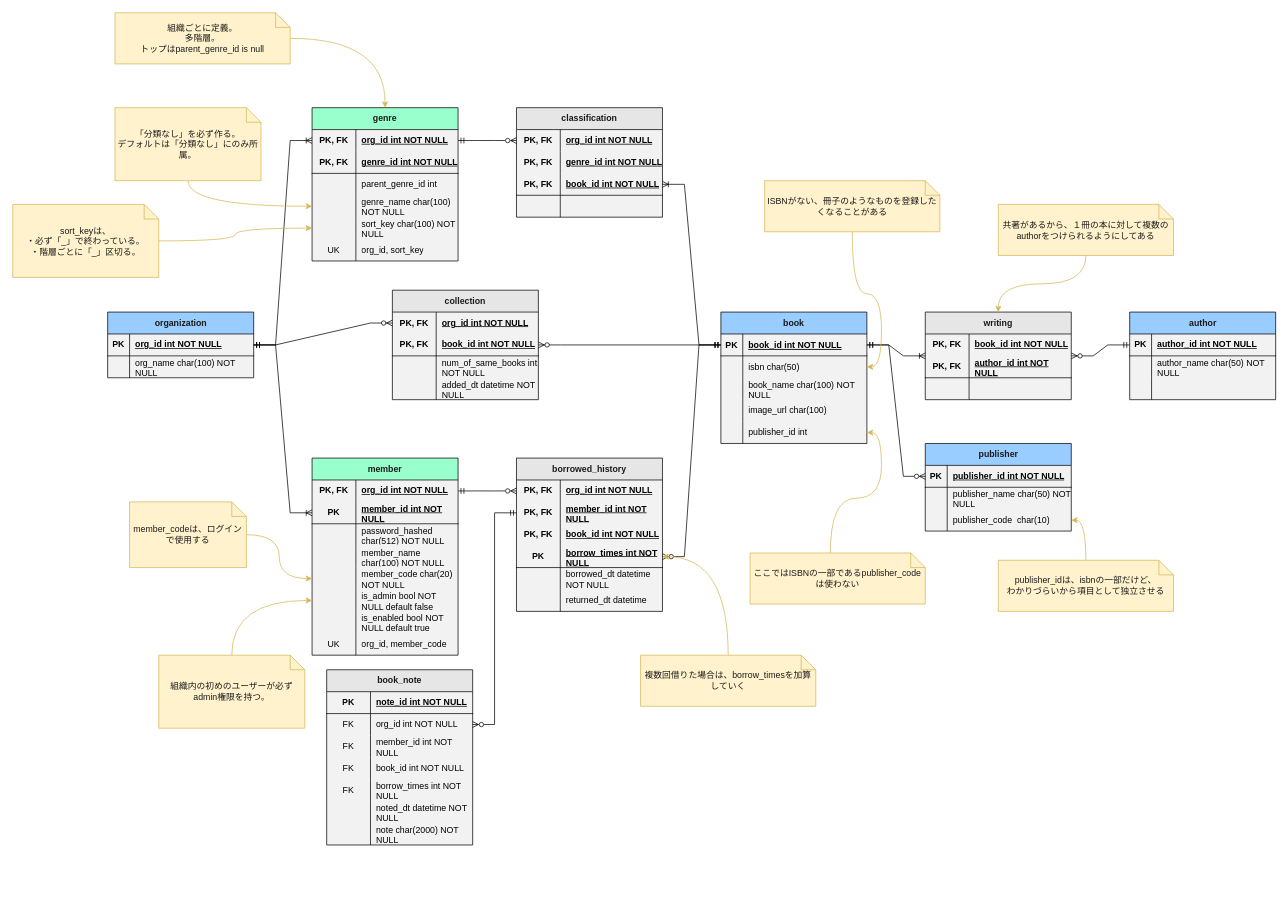
yo16/bookshelf_2023 keeps this draw.io diagram as doc/er_diagram.drawio. Above is the earlier version. Source tidied: cells renumbered, new cells numbered last; positions are measured from the earlier drawing's top-left corner, leaving out a move shared by most shapes. Both pictures are drawn from the tidied source at 73%, with x=0, y=0 at pixel (12, 12).
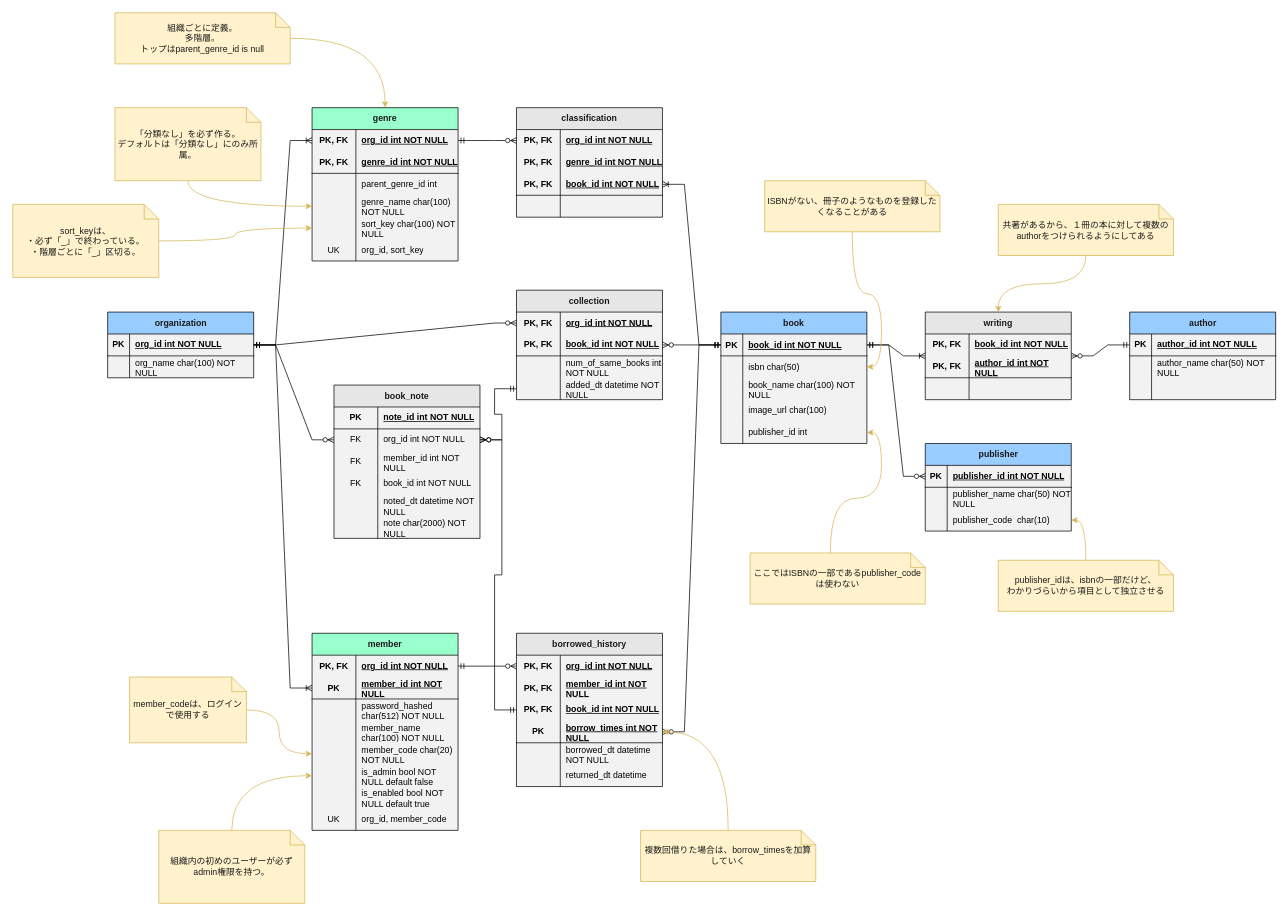
The same diagram, later.

Unchanged cells that the change refers to:
```xml
<mxCell id="52" style="shape=tableRow;horizontal=0;startSize=0;swimlaneHead=0;swimlaneBody=0;fillColor=none;points=[[0,0.5],[1,0.5]];portConstraint=eastwest;top=0;left=0;right=0;bottom=1;" parent="51" vertex="1">
  <mxGeometry y="30" width="200" height="30" as="geometry" />
</mxCell>
<mxCell id="68" style="shape=tableRow;horizontal=0;startSize=0;swimlaneHead=0;swimlaneBody=0;fillColor=none;points=[[0,0.5],[1,0.5]];portConstraint=eastwest;top=0;left=0;right=0;bottom=0;html=1;" parent="58" vertex="1">
  <mxGeometry y="120" width="200" height="30" as="geometry" />
</mxCell>
<mxCell id="78" style="shape=tableRow;horizontal=0;startSize=0;swimlaneHead=0;swimlaneBody=0;fillColor=none;points=[[0,0.5],[1,0.5]];portConstraint=eastwest;top=0;left=0;right=0;bottom=0;html=1;" parent="74" vertex="1">
  <mxGeometry y="60" width="200" height="30" as="geometry" />
</mxCell>
<mxCell id="179" style="shape=tableRow;horizontal=0;startSize=0;swimlaneHead=0;swimlaneBody=0;fillColor=none;points=[[0,0.5],[1,0.5]];portConstraint=eastwest;top=0;left=0;right=0;bottom=0;html=1;" parent="175" vertex="1">
  <mxGeometry y="60" width="200" height="30" as="geometry" />
</mxCell>
```

What changed in the source:
```diff
@@
     <mxCell id="58" value="collection" style="shape=table;startSize=30;childLayout=tableLayout;rowLines=0;fontStyle=1;align=center;html=1;whiteSpace=wrap;labelBackgroundColor=none;swimlaneFillColor=#F2F2F2;fillColor=#E6E6E6;fontColor=#1A1A1A;" parent="1" vertex="1">
-      <mxGeometry x="520" y="380" width="200" height="150" as="geometry" />
+      <mxGeometry x="690" y="380" width="200" height="150" as="geometry" />
     </mxCell>
@@
     <mxCell id="74" value="borrowed_history" style="shape=table;startSize=30;childLayout=tableLayout;rowLines=0;fontStyle=1;align=center;html=1;whiteSpace=wrap;labelBackgroundColor=none;swimlaneFillColor=#F2F2F2;fillColor=#E6E6E6;fontColor=#1A1A1A;" parent="1" vertex="1">
-      <mxGeometry x="690" y="610" width="200" height="210" as="geometry" />
+      <mxGeometry x="690" y="850" width="200" height="210" as="geometry" />
     </mxCell>
@@
     <mxCell id="132" value="複数回借りた場合は、borrow_timesを加算していく" style="shape=note;size=20;whiteSpace=wrap;html=1;fillColor=#fff2cc;strokeColor=#d6b656;fontColor=#1A1A1A;" parent="1" vertex="1">
-      <mxGeometry x="860" y="880" width="240" height="70" as="geometry" />
+      <mxGeometry x="860" y="1120" width="240" height="70" as="geometry" />
     </mxCell>
@@
     <mxCell id="142" value="member" style="shape=table;startSize=30;childLayout=tableLayout;rowLines=0;fontStyle=1;align=center;html=1;whiteSpace=wrap;fillColor=#99FFCC;fontColor=#1A1A1A;labelBackgroundColor=none;swimlaneFillColor=#F2F2F2;" parent="1" vertex="1">
-      <mxGeometry x="410" y="610" width="200" height="270" as="geometry" />
+      <mxGeometry x="410" y="850" width="200" height="270" as="geometry" />
     </mxCell>
@@
     <mxCell id="168" value="組織内の初めのユーザーが必ずadmin権限を持つ。" style="shape=note;size=20;whiteSpace=wrap;html=1;fillColor=#fff2cc;strokeColor=#d6b656;fontColor=#1A1A1A;" parent="1" vertex="1">
-      <mxGeometry x="200" y="880" width="200" height="100" as="geometry" />
+      <mxGeometry x="200" y="1120" width="200" height="100" as="geometry" />
     </mxCell>
     <mxCell id="169" value="member_codeは、ログインで使用する" style="shape=note;size=20;whiteSpace=wrap;html=1;fillColor=#fff2cc;strokeColor=#d6b656;fontColor=#1A1A1A;" parent="1" vertex="1">
-      <mxGeometry x="160" y="670" width="160" height="90" as="geometry" />
+      <mxGeometry x="160" y="910" width="160" height="90" as="geometry" />
     </mxCell>
@@
     <mxCell id="175" value="book_note" style="shape=table;startSize=30;childLayout=tableLayout;rowLines=0;fontStyle=1;align=center;html=1;whiteSpace=wrap;labelBackgroundColor=none;swimlaneFillColor=#F2F2F2;fillColor=#E6E6E6;fontColor=#1A1A1A;" parent="1" vertex="1">
-      <mxGeometry x="430" y="900" width="200" height="240" as="geometry" />
+      <mxGeometry x="440" y="510" width="200" height="210" as="geometry" />
     </mxCell>
@@
-    <mxCell id="188" style="shape=tableRow;horizontal=0;startSize=0;swimlaneHead=0;swimlaneBody=0;fillColor=none;top=0;left=0;right=0;bottom=0;html=1;" parent="175" vertex="1">
-      <mxGeometry y="150" width="200" height="30" as="geometry" />
-    </mxCell>
-    <mxCell id="189" value="FK" style="shape=partialRectangle;fillColor=none;top=0;left=0;bottom=0;right=0;overflow=hidden;html=1;whiteSpace=wrap;" parent="188" vertex="1">
-      <mxGeometry width="60" height="30" as="geometry" />
-    </mxCell>
-    <mxCell id="190" value="borrow_times int NOT NULL" style="shape=partialRectangle;fillColor=none;top=0;left=0;bottom=0;right=0;align=left;spacingLeft=6;overflow=hidden;html=1;whiteSpace=wrap;" parent="188" vertex="1">
-      <mxGeometry x="60" width="140" height="30" as="geometry" />
-    </mxCell>
     <mxCell id="191" style="shape=tableRow;horizontal=0;startSize=0;swimlaneHead=0;swimlaneBody=0;fillColor=none;top=0;left=0;right=0;bottom=0;html=1;" parent="175" vertex="1">
-      <mxGeometry y="180" width="200" height="30" as="geometry" />
+      <mxGeometry y="150" width="200" height="30" as="geometry" />
     </mxCell>
@@
     <mxCell id="194" style="shape=tableRow;horizontal=0;startSize=0;swimlaneHead=0;swimlaneBody=0;fillColor=none;top=0;left=0;right=0;bottom=0;html=1;" parent="175" vertex="1">
-      <mxGeometry y="210" width="200" height="30" as="geometry" />
+      <mxGeometry y="180" width="200" height="30" as="geometry" />
     </mxCell>
@@
-    <mxCell id="197" style="edgeStyle=entityRelationEdgeStyle;fontSize=12;html=1;endArrow=ERzeroToMany;startArrow=ERmandOne;rounded=0;endFill=0;exitX=0;exitY=0.5;exitDx=0;exitDy=0;" parent="1" edge="1" source="78" target="179">
+    <mxCell id="197" style="edgeStyle=entityRelationEdgeStyle;fontSize=12;html=1;endArrow=ERzeroToMany;startArrow=ERmandOne;rounded=0;endFill=0;" parent="1" edge="1" source="74" target="179">
       <mxGeometry relative="1" as="geometry" />
     </mxCell>
+    <mxCell id="198" style="edgeStyle=entityRelationEdgeStyle;fontSize=12;html=1;endArrow=ERzeroToMany;startArrow=ERmandOne;rounded=0;endFill=0;" parent="1" edge="1" source="68" target="179">
+      <mxGeometry relative="1" as="geometry" />
+    </mxCell>
+    <mxCell id="199" style="edgeStyle=entityRelationEdgeStyle;fontSize=12;html=1;endArrow=ERzeroToMany;startArrow=ERmandOne;rounded=0;" parent="1" edge="1" source="52" target="179">
+      <mxGeometry relative="1" as="geometry" />
+    </mxCell>
```
